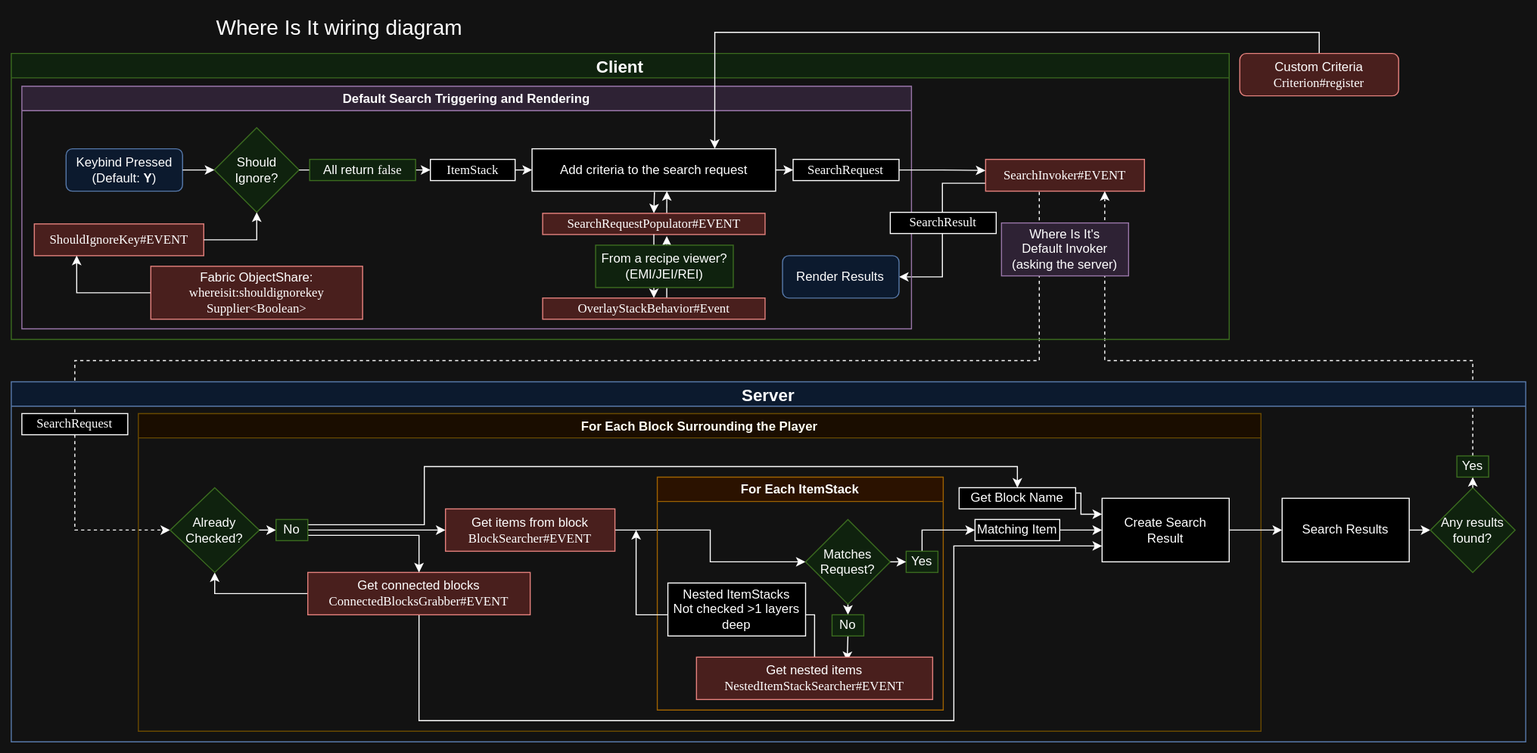
Before: images/wiring diagram.drawio.svg, a diagram exported from draw.io (JackFred2/WhereIsIt). Source tidied: cells renumbered, new cells last; positions are measured from the earlier drawing's top-left corner, leaving out a move shared by most shapes.
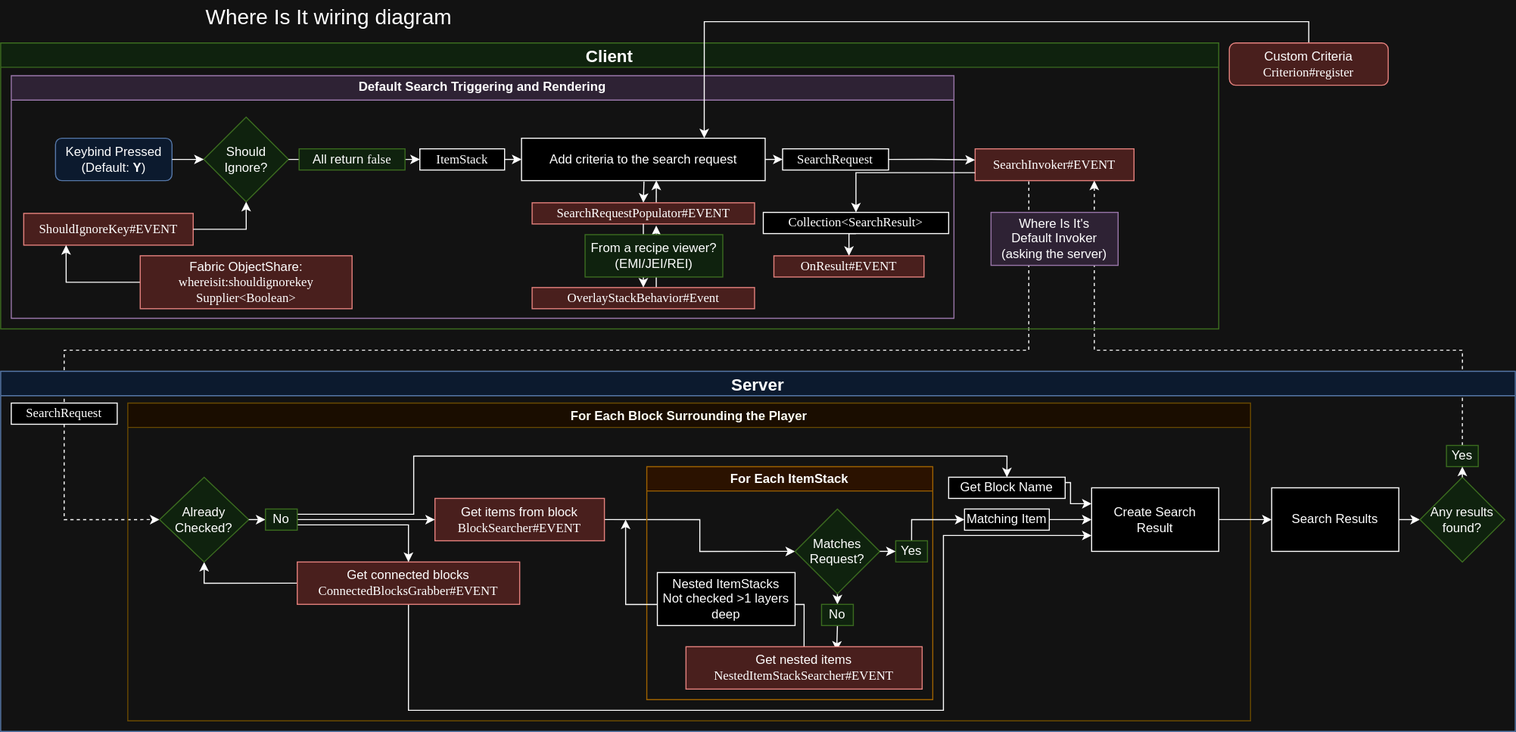
Later version of the same file.

Commit message:
[docs] update wiring diagram & README

What changed in the source:
```diff
@@ -25,9 +25,6 @@
     <mxCell id="5" value="Client" style="swimlane;fillColor=#d5e8d4;strokeColor=#82b366;fontSize=16;" parent="1" vertex="1">
       <mxGeometry y="40" width="1150" height="270" as="geometry" />
     </mxCell>
-    <mxCell id="6" style="edgeStyle=orthogonalEdgeStyle;rounded=0;jettySize=auto;html=1;exitX=0;exitY=0.75;exitDx=0;exitDy=0;entryX=1;entryY=0.5;entryDx=0;entryDy=0;" parent="5" edge="1" source="7" target="31">
-      <mxGeometry relative="1" as="geometry" />
-    </mxCell>
     <mxCell id="7" value="&lt;font face=&quot;Lucida Console&quot;&gt;SearchInvoker#EVENT&lt;/font&gt;" style="rounded=0;whiteSpace=wrap;html=1;fillColor=#f8cecc;strokeColor=#b85450;" parent="5" vertex="1">
       <mxGeometry x="920" y="100" width="150" height="30" as="geometry" />
     </mxCell>
@@ -35,7 +32,7 @@
       <mxGeometry x="935" y="160" width="120" height="50" as="geometry" />
     </mxCell>
     <mxCell id="9" value="Default Search Triggering and Rendering" style="swimlane;whiteSpace=wrap;html=1;fillColor=#e1d5e7;strokeColor=#9673a6;" parent="5" vertex="1">
-      <mxGeometry x="10" y="31" width="840" height="229" as="geometry" />
+      <mxGeometry x="10" y="31" width="890" height="229" as="geometry" />
     </mxCell>
     <mxCell id="10" style="edgeStyle=orthogonalEdgeStyle;rounded=0;jettySize=auto;html=1;exitX=0.111;exitY=1.046;exitDx=0;exitDy=0;entryX=0.5;entryY=0;entryDx=0;entryDy=0;exitPerimeter=0;" parent="9" edge="1" target="23">
       <mxGeometry relative="1" as="geometry">
@@ -107,15 +104,21 @@
     <mxCell id="30" value="From a recipe viewer? (EMI/JEI/REI)" style="rounded=0;whiteSpace=wrap;html=1;fillColor=#d5e8d4;strokeColor=#82b366;" parent="9" vertex="1">
       <mxGeometry x="541.8" y="150" width="130" height="40" as="geometry" />
     </mxCell>
-    <mxCell id="31" value="Render Results" style="rounded=1;whiteSpace=wrap;html=1;fillColor=#dae8fc;strokeColor=#6c8ebf;" parent="9" vertex="1">
-      <mxGeometry x="718.2" y="159.9" width="110" height="40" as="geometry" />
-    </mxCell>
     <mxCell id="32" style="edgeStyle=orthogonalEdgeStyle;rounded=0;jettySize=auto;html=1;exitX=1;exitY=0.5;exitDx=0;exitDy=0;entryX=-0.001;entryY=0.349;entryDx=0;entryDy=0;entryPerimeter=0;" parent="5" edge="1" source="13" target="7">
       <mxGeometry relative="1" as="geometry" />
     </mxCell>
+    <mxCell id="72" style="edgeStyle=orthogonalEdgeStyle;rounded=0;jettySize=auto;html=1;exitX=0;exitY=0.75;exitDx=0;exitDy=0;entryX=0.5;entryY=0;entryDx=0;entryDy=0;" parent="5" edge="1" source="7" target="33">
+      <mxGeometry relative="1" as="geometry" />
+    </mxCell>
+    <mxCell id="73" style="edgeStyle=orthogonalEdgeStyle;rounded=0;jettySize=auto;html=1;exitX=0.5;exitY=1;exitDx=0;exitDy=0;entryX=0.5;entryY=0;entryDx=0;entryDy=0;" parent="5" edge="1" source="33" target="74">
+      <mxGeometry relative="1" as="geometry" />
+    </mxCell>
-    <mxCell id="33" value="&lt;font face=&quot;Lucida Console&quot;&gt;SearchResult&lt;/font&gt;" style="rounded=0;whiteSpace=wrap;html=1;" parent="5" vertex="1">
-      <mxGeometry x="830" y="150" width="100" height="20" as="geometry" />
+    <mxCell id="33" value="&lt;div&gt;&lt;font face=&quot;Lucida Console&quot;&gt;Collection&amp;lt;SearchResult&amp;gt;&lt;/font&gt;&lt;/div&gt;" style="rounded=0;whiteSpace=wrap;html=1;" parent="5" vertex="1">
+      <mxGeometry x="720" y="160" width="175" height="20" as="geometry" />
     </mxCell>
+    <mxCell id="74" value="&lt;font face=&quot;Lucida Console&quot;&gt;OnResult#EVENT&lt;/font&gt;" style="rounded=0;whiteSpace=wrap;html=1;fillColor=#f8cecc;strokeColor=#b85450;" parent="5" vertex="1">
+      <mxGeometry x="730" y="201" width="141.8" height="20" as="geometry" />
+    </mxCell>
     <mxCell id="34" value="Server" style="swimlane;fontSize=16;fillColor=#dae8fc;strokeColor=#6c8ebf;" parent="1" vertex="1">
       <mxGeometry y="350" width="1430" height="340" as="geometry" />
     </mxCell>
```
